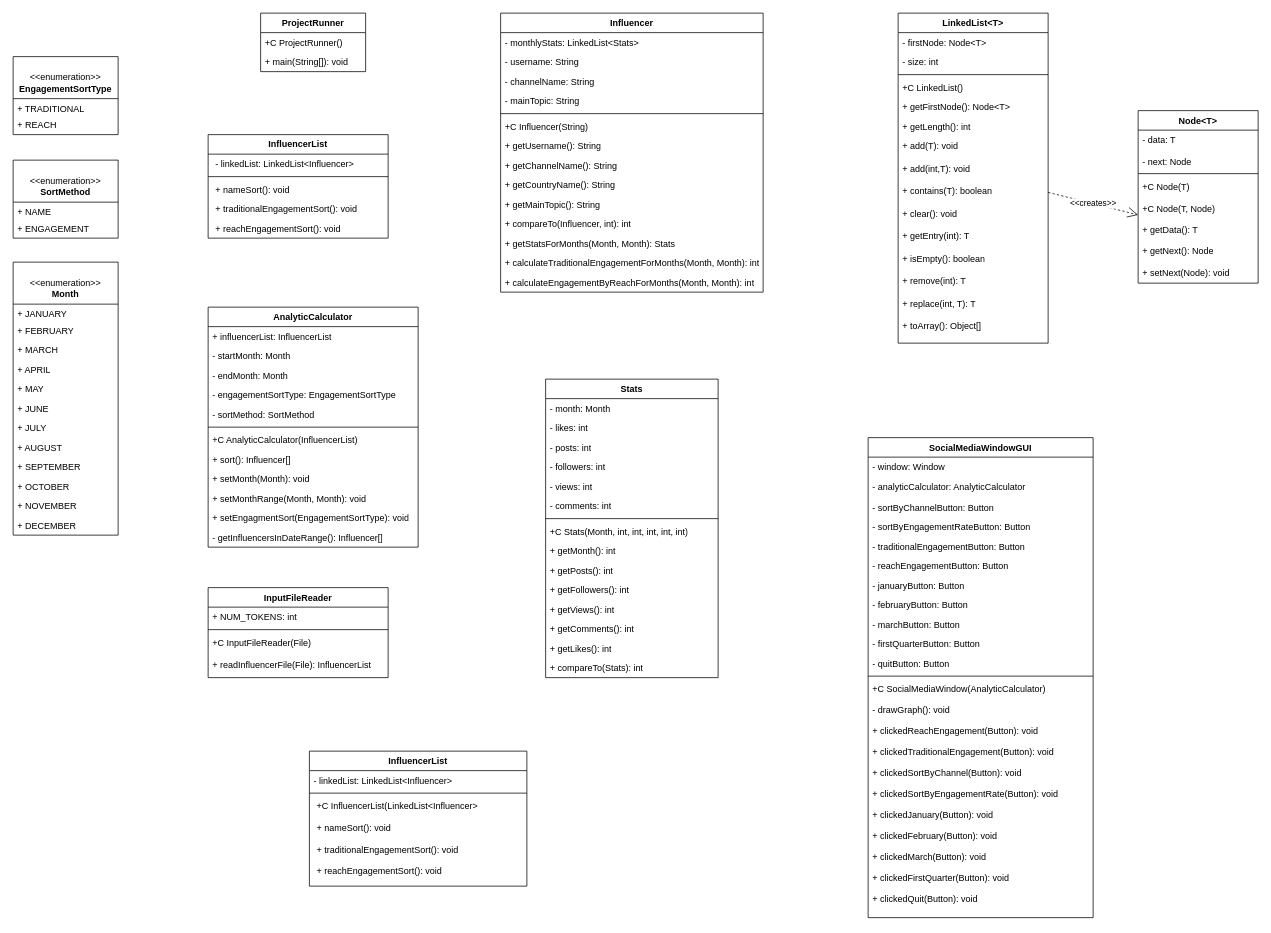
Before: Project5_UML.drawio in joshuap00/Prj5_UML, a draw.io diagram. Source tidied: cells renumbered, new cells numbered last; positions are measured from the earlier drawing's top-left corner, leaving out a move shared by most shapes. Both pictures are drawn from the tidied source at 75%, with x=0, y=0 at pixel (13, 13).
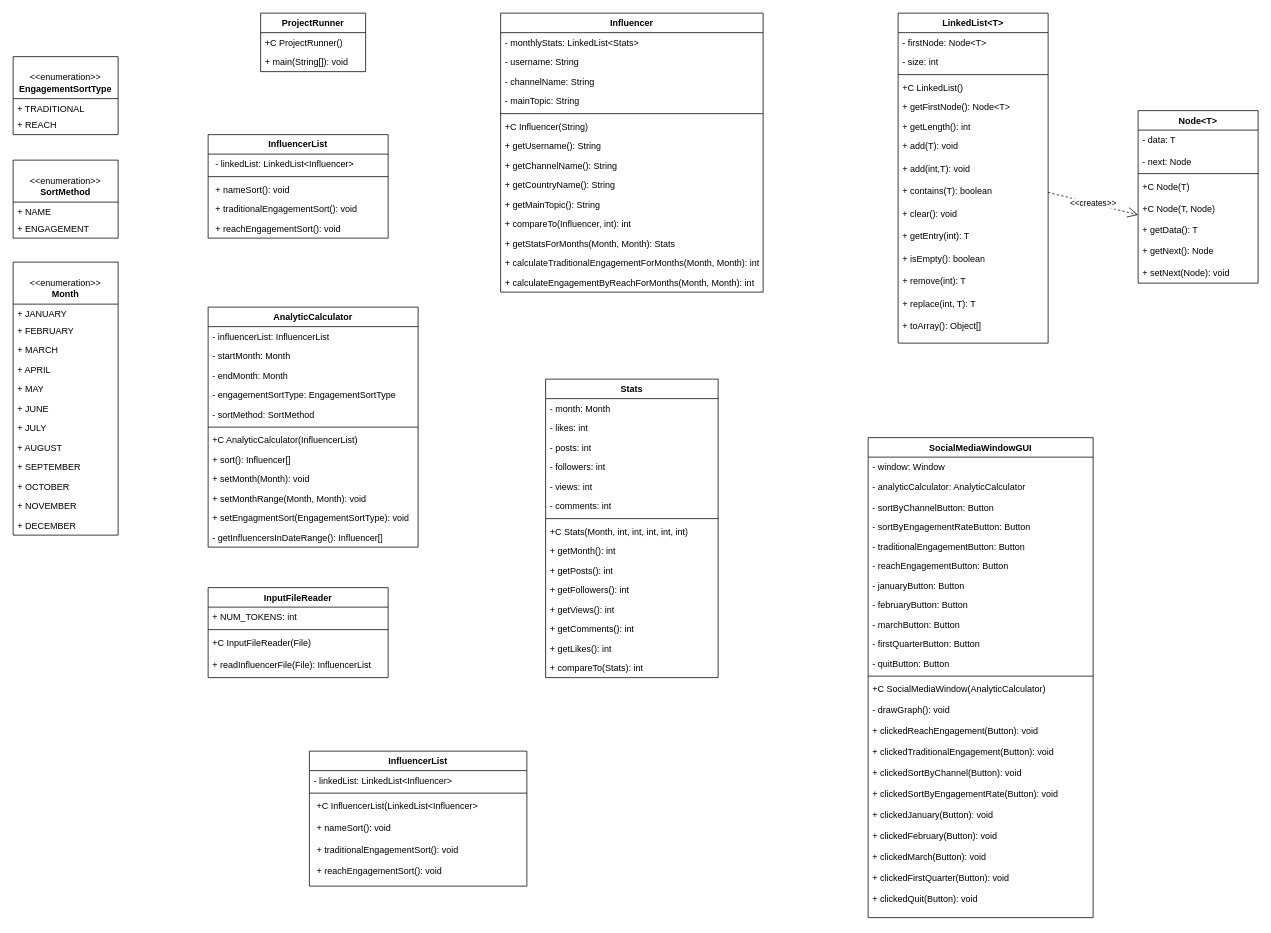
The same page after the edit.

The change refers to these unchanged cells:
```xml
<mxCell id="50" value="AnalyticCalculator" style="swimlane;fontStyle=1;align=center;verticalAlign=top;horizontal=1;startSize=26;whiteSpace=wrap;html=1;" parent="1" vertex="1">
  <mxGeometry x="260" y="392" width="280" height="320" as="geometry" />
</mxCell>
```

The edit, as a diff of the source:
```diff
@@
-    <mxCell id="51" value="+ influencerList: InfluencerList" style="text;strokeColor=none;fillColor=none;align=left;verticalAlign=top;spacingLeft=4;spacingRight=4;overflow=hidden;whiteSpace=wrap;html=1;" parent="50" vertex="1">
+    <mxCell id="51" value="- influencerList: InfluencerList" style="text;strokeColor=none;fillColor=none;align=left;verticalAlign=top;spacingLeft=4;spacingRight=4;overflow=hidden;whiteSpace=wrap;html=1;" parent="50" vertex="1">
       <mxGeometry y="26" width="280" height="26" as="geometry" />
     </mxCell>
```
